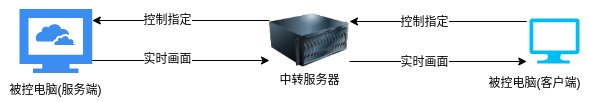
The draw.io diagram 远程控制原理(猜想).png in weijiang1994/draw-io, before a commit. Source tidied: cells renumbered, new cells last; positions are measured from the earlier drawing's top-left corner, leaving out a move shared by most shapes. Source of this version:
```xml
<mxGraphModel>
  <root>
    <mxCell id="0" />
    <mxCell id="1" parent="0" />
    <mxCell id="2" style="image;html=1;image=img/lib/clip_art/computers/Server_128x128.png;" parent="1" vertex="1">
      <mxGeometry x="269" width="80" height="80" as="geometry" />
    </mxCell>
    <mxCell id="3" value="中转服务器" style="text;html=1;align=center;verticalAlign=middle;strokeColor=none;fillColor=none;" parent="1" vertex="1">
      <mxGeometry x="269" y="70" width="80" height="20" as="geometry" />
    </mxCell>
    <mxCell id="4" style="sketch=0;html=1;strokeColor=none;shadow=0;align=center;verticalAlign=top;fillColor=#3B8DF1;shape=mxgraph.gcp2.cloud_computer;" parent="1" vertex="1">
      <mxGeometry x="19" y="8.5" width="72.7" height="64" as="geometry" />
    </mxCell>
    <mxCell id="5" style="verticalLabelPosition=bottom;html=1;verticalAlign=top;align=center;strokeColor=none;fillColor=#00BEF2;shape=mxgraph.azure.computer;" parent="1" vertex="1">
      <mxGeometry x="529" y="18" width="50" height="45" as="geometry" />
    </mxCell>
    <mxCell id="6" value="被控电脑(服务端)" style="text;html=1;align=center;verticalAlign=middle;strokeColor=none;fillColor=none;" parent="1" vertex="1">
      <mxGeometry x="0.4" y="80" width="110" height="20" as="geometry" />
    </mxCell>
    <mxCell id="7" value="被控电脑(客户端)" style="text;html=1;align=center;verticalAlign=middle;strokeColor=none;fillColor=none;" parent="1" vertex="1">
      <mxGeometry x="479" y="72.5" width="110" height="20" as="geometry" />
    </mxCell>
    <mxCell id="8" style="endArrow=none;html=1;rounded=0;entryX=0;entryY=0.25;entryDx=0;entryDy=0;startArrow=classic;startFill=1;" parent="1" edge="1" target="2">
      <mxGeometry relative="1" as="geometry">
        <mxPoint x="91.7" y="20" as="sourcePoint" />
      </mxGeometry>
    </mxCell>
    <mxCell id="9" value="控制指定" style="edgeLabel;html=1;align=center;verticalAlign=middle;" parent="8" vertex="1">
      <mxGeometry x="-0.16" relative="1" as="geometry" />
    </mxCell>
    <mxCell id="10" style="endArrow=classic;html=1;rounded=0;entryX=0;entryY=0.25;entryDx=0;entryDy=0;endFill=1;" parent="1" edge="1">
      <mxGeometry relative="1" as="geometry">
        <mxPoint x="91.7" y="60" as="sourcePoint" />
        <mxPoint x="269" y="60" as="targetPoint" />
      </mxGeometry>
    </mxCell>
    <mxCell id="11" value="实时画面" style="edgeLabel;html=1;align=center;verticalAlign=middle;" parent="10" vertex="1">
      <mxGeometry x="-0.16" y="1" relative="1" as="geometry" />
    </mxCell>
    <mxCell id="12" style="endArrow=none;html=1;rounded=0;entryX=0;entryY=0.25;entryDx=0;entryDy=0;startArrow=classic;startFill=1;" parent="1" edge="1">
      <mxGeometry relative="1" as="geometry">
        <mxPoint x="349" y="21" as="sourcePoint" />
        <mxPoint x="526.3" y="21" as="targetPoint" />
      </mxGeometry>
    </mxCell>
    <mxCell id="13" value="控制指定" style="edgeLabel;html=1;align=center;verticalAlign=middle;" parent="12" vertex="1">
      <mxGeometry x="-0.16" y="-1" relative="1" as="geometry" />
    </mxCell>
    <mxCell id="14" style="endArrow=classic;html=1;rounded=0;entryX=0;entryY=0.25;entryDx=0;entryDy=0;endFill=1;" parent="1" edge="1">
      <mxGeometry relative="1" as="geometry">
        <mxPoint x="349" y="61" as="sourcePoint" />
        <mxPoint x="526.3" y="61" as="targetPoint" />
      </mxGeometry>
    </mxCell>
    <mxCell id="15" value="实时画面" style="edgeLabel;html=1;align=center;verticalAlign=middle;" parent="14" vertex="1">
      <mxGeometry x="-0.16" y="-1" relative="1" as="geometry" />
    </mxCell>
  </root>
</mxGraphModel>
```
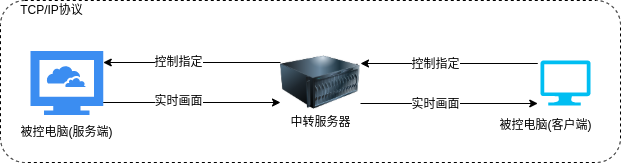
Above is the later version.

Commit message:
更新远程控制原理(猜想).png

What changed in the source:
```diff
@@ -2,6 +2,9 @@
   <root>
     <mxCell id="0" />
     <mxCell id="1" parent="0" />
+    <mxCell id="16" style="rounded=1;whiteSpace=wrap;html=1;dashed=1;" parent="1" vertex="1">
+      <mxGeometry x="-11" y="-42" width="620" height="162" as="geometry" />
+    </mxCell>
     <mxCell id="2" style="image;html=1;image=img/lib/clip_art/computers/Server_128x128.png;" parent="1" vertex="1">
       <mxGeometry x="269" width="80" height="80" as="geometry" />
     </mxCell>
@@ -55,5 +58,8 @@
     <mxCell id="15" value="实时画面" style="edgeLabel;html=1;align=center;verticalAlign=middle;" parent="14" vertex="1">
       <mxGeometry x="-0.16" y="-1" relative="1" as="geometry" />
     </mxCell>
+    <mxCell id="17" value="TCP/IP协议" style="text;html=1;align=center;verticalAlign=middle;strokeColor=none;fillColor=none;" parent="1" vertex="1">
+      <mxGeometry x="0.4" y="-42" width="80" height="20" as="geometry" />
+    </mxCell>
   </root>
 </mxGraphModel>
```
